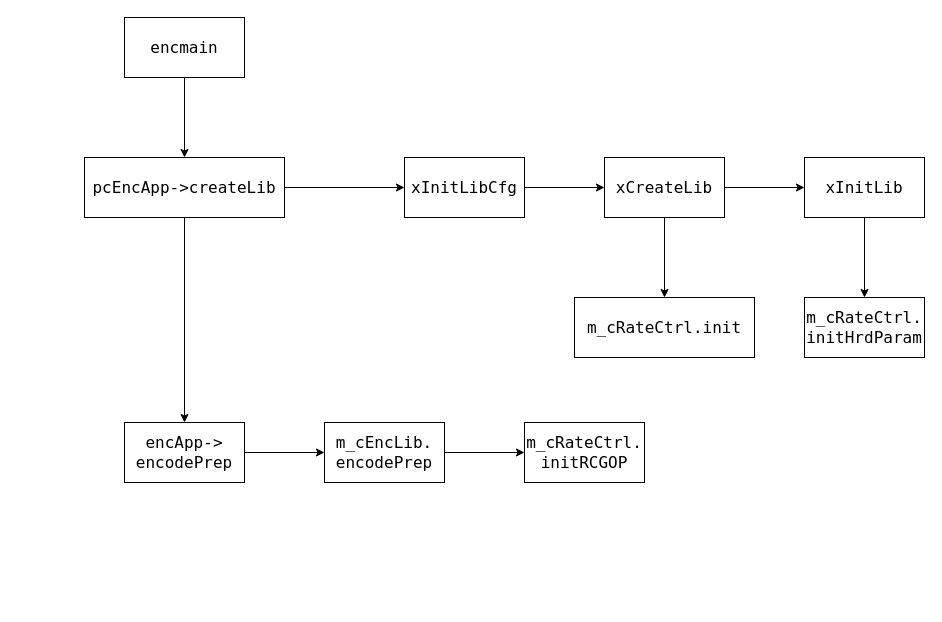
Joeyrr/draw.io keeps this draw.io diagram as XML/RateControl_VTM.drawio. Above is the earlier version. Source tidied: cells renumbered, new cells numbered last; positions are measured from the earlier drawing's top-left corner, leaving out a move shared by most shapes. Both pictures are drawn from the tidied source at 100%, with x=0, y=0 at pixel (84, 17).
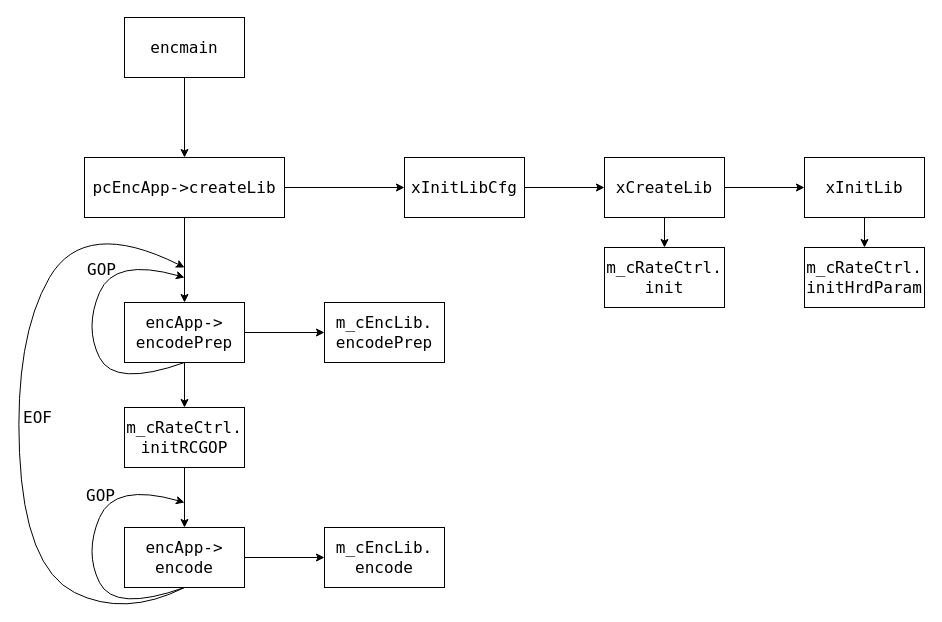
Above is the later version.

Change to the diagram source:
```diff
@@
-    <mxCell id="14" value="m_cRateCtrl.init" style="whiteSpace=wrap;html=1;fontSize=16;fontFamily=Lucida Console;rounded=0;" parent="1" vertex="1">
-      <mxGeometry x="490" y="280" width="180" height="60" as="geometry" />
+    <mxCell id="14" value="m_cRateCtrl.&lt;br&gt;init" style="whiteSpace=wrap;html=1;fontSize=16;fontFamily=Lucida Console;rounded=0;" parent="1" vertex="1">
+      <mxGeometry x="520" y="230" width="120" height="60" as="geometry" />
     </mxCell>
     <mxCell id="15" value="m_cRateCtrl.&lt;br&gt;initHrdParam" style="whiteSpace=wrap;html=1;fontSize=16;fontFamily=Lucida Console;rounded=0;" parent="1" vertex="1">
-      <mxGeometry x="720" y="280" width="120" height="60" as="geometry" />
+      <mxGeometry x="720" y="230" width="120" height="60" as="geometry" />
     </mxCell>
@@
     <mxCell id="17" value="encApp-&amp;gt;&lt;br&gt;encodePrep" style="whiteSpace=wrap;html=1;fontSize=16;fontFamily=Lucida Console;rounded=0;" parent="1" vertex="1">
-      <mxGeometry x="40" y="405" width="120" height="60" as="geometry" />
+      <mxGeometry x="40" y="285" width="120" height="60" as="geometry" />
     </mxCell>
-    <mxCell id="18" style="edgeStyle=orthogonalEdgeStyle;rounded=0;jettySize=auto;html=1;" parent="1" edge="1" source="19" target="20">
+    <mxCell id="18" style="edgeStyle=orthogonalEdgeStyle;rounded=0;jettySize=auto;html=1;exitX=0.5;exitY=1;exitDx=0;exitDy=0;" parent="1" edge="1" source="17" target="20">
       <mxGeometry relative="1" as="geometry" />
     </mxCell>
     <mxCell id="19" value="m_cEncLib.&lt;br&gt;encodePrep" style="whiteSpace=wrap;html=1;fontSize=16;fontFamily=Lucida Console;rounded=0;" parent="1" vertex="1">
-      <mxGeometry x="240" y="405" width="120" height="60" as="geometry" />
+      <mxGeometry x="240" y="285" width="120" height="60" as="geometry" />
     </mxCell>
+    <mxCell id="21" style="edgeStyle=orthogonalEdgeStyle;rounded=0;jettySize=auto;html=1;fontFamily=Lucida Console;fontSize=16;" parent="1" edge="1" source="20" target="25">
+      <mxGeometry relative="1" as="geometry" />
+    </mxCell>
     <mxCell id="20" value="m_cRateCtrl.&lt;br&gt;initRCGOP" style="whiteSpace=wrap;html=1;fontSize=16;fontFamily=Lucida Console;rounded=0;" parent="1" vertex="1">
-      <mxGeometry x="440" y="405" width="120" height="60" as="geometry" />
+      <mxGeometry x="40" y="390" width="120" height="60" as="geometry" />
     </mxCell>
+    <mxCell id="22" style="curved=1;endArrow=classic;html=1;rounded=0;exitX=0.5;exitY=1;exitDx=0;exitDy=0;" parent="1" edge="1" source="17">
+      <mxGeometry relative="1" as="geometry">
+        <mxPoint x="100" y="260" as="targetPoint" />
+        <Array as="points">
+          <mxPoint x="30" y="370" />
+          <mxPoint y="310" />
+          <mxPoint x="30" y="240" />
+        </Array>
+      </mxGeometry>
+    </mxCell>
+    <mxCell id="23" value="GOP" style="text;html=1;align=center;verticalAlign=middle;fillColor=none;strokeColor=none;rounded=0;fontFamily=Lucida Console;fontSize=16;" parent="1" vertex="1">
+      <mxGeometry x="-3" y="242" width="40" height="20" as="geometry" />
+    </mxCell>
+    <mxCell id="24" style="edgeStyle=orthogonalEdgeStyle;rounded=0;jettySize=auto;html=1;fontFamily=Lucida Console;fontSize=16;" parent="1" edge="1" source="25" target="30">
+      <mxGeometry relative="1" as="geometry" />
+    </mxCell>
+    <mxCell id="25" value="encApp-&amp;gt;&lt;br&gt;encode" style="whiteSpace=wrap;html=1;fontSize=16;fontFamily=Lucida Console;rounded=0;" parent="1" vertex="1">
+      <mxGeometry x="40" y="510" width="120" height="60" as="geometry" />
+    </mxCell>
+    <mxCell id="26" style="curved=1;endArrow=classic;html=1;rounded=0;exitX=0.5;exitY=1;exitDx=0;exitDy=0;" parent="1" edge="1">
+      <mxGeometry relative="1" as="geometry">
+        <mxPoint x="100" y="570" as="sourcePoint" />
+        <mxPoint x="100" y="485" as="targetPoint" />
+        <Array as="points">
+          <mxPoint x="30" y="595" />
+          <mxPoint y="535" />
+          <mxPoint x="30" y="465" />
+        </Array>
+      </mxGeometry>
+    </mxCell>
+    <mxCell id="27" value="GOP" style="text;html=1;align=center;verticalAlign=middle;fillColor=none;strokeColor=none;rounded=0;fontFamily=Lucida Console;fontSize=16;" parent="1" vertex="1">
+      <mxGeometry x="-4" y="468" width="40" height="20" as="geometry" />
+    </mxCell>
+    <mxCell id="28" style="curved=1;endArrow=classic;html=1;rounded=0;fontFamily=Lucida Console;fontSize=16;exitX=0.5;exitY=1;exitDx=0;exitDy=0;" parent="1" edge="1" source="25">
+      <mxGeometry relative="1" as="geometry">
+        <mxPoint x="100" y="250" as="targetPoint" />
+        <Array as="points">
+          <mxPoint x="40" y="600" />
+          <mxPoint x="-60" y="550" />
+          <mxPoint x="-70" y="320" />
+          <mxPoint y="200" />
+        </Array>
+      </mxGeometry>
+    </mxCell>
+    <mxCell id="29" value="EOF" style="text;html=1;align=center;verticalAlign=middle;fillColor=none;strokeColor=none;rounded=0;fontFamily=Lucida Console;fontSize=16;" parent="1" vertex="1">
+      <mxGeometry x="-67" y="390" width="40" height="20" as="geometry" />
+    </mxCell>
+    <mxCell id="30" value="m_cEncLib.&lt;br&gt;encode" style="whiteSpace=wrap;html=1;fontSize=16;fontFamily=Lucida Console;rounded=0;" parent="1" vertex="1">
+      <mxGeometry x="240" y="510" width="120" height="60" as="geometry" />
+    </mxCell>
```
